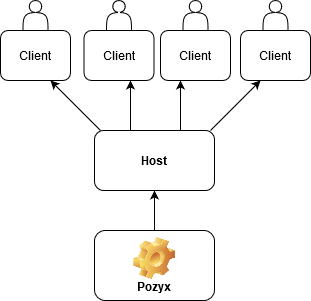
SW8-Bajs/report keeps this draw.io diagram as figures/Architecture.png. Above is the earlier version. Source tidied: cells renumbered, new cells last; positions are measured from the earlier drawing's top-left corner, leaving out a move shared by most shapes. The source it was exported from:
```xml
<mxGraphModel>
  <root>
    <mxCell id="0" />
    <mxCell id="1" parent="0" />
    <mxCell id="2" value="Pozyx" style="label;whiteSpace=wrap;html=1;align=center;verticalAlign=bottom;spacingLeft=0;spacingBottom=4;imageAlign=center;imageVerticalAlign=top;image=img/clipart/Gear_128x128.png;" parent="1" vertex="1">
      <mxGeometry x="94" y="230" width="120" height="70" as="geometry" />
    </mxCell>
    <mxCell id="3" style="endArrow=classic;html=1;" parent="1" edge="1">
      <mxGeometry relative="1" as="geometry">
        <mxPoint x="154" y="230" as="sourcePoint" />
        <mxPoint x="154" y="190" as="targetPoint" />
        <Array as="points">
          <mxPoint x="154" y="210" />
        </Array>
      </mxGeometry>
    </mxCell>
    <mxCell id="4" style="edgeStyle=orthogonalEdgeStyle;rounded=0;orthogonalLoop=1;jettySize=auto;html=1;" parent="1" edge="1">
      <mxGeometry relative="1" as="geometry">
        <mxPoint x="154" y="190" as="sourcePoint" />
        <mxPoint x="154" y="190" as="targetPoint" />
      </mxGeometry>
    </mxCell>
    <mxCell id="5" style="rounded=1;whiteSpace=wrap;html=1;" parent="1" vertex="1">
      <mxGeometry x="94" y="130" width="120" height="60" as="geometry" />
    </mxCell>
    <mxCell id="6" value="&lt;div&gt;&lt;b&gt;Host&lt;/b&gt;&lt;/div&gt;" style="text;html=1;strokeColor=none;fillColor=none;align=center;verticalAlign=middle;whiteSpace=wrap;rounded=0;" parent="1" vertex="1">
      <mxGeometry x="134" y="150" width="40" height="20" as="geometry" />
    </mxCell>
    <mxCell id="7" style="endArrow=classic;html=1;" parent="1" edge="1">
      <mxGeometry relative="1" as="geometry">
        <mxPoint x="210" y="130" as="sourcePoint" />
        <mxPoint x="260" y="80" as="targetPoint" />
      </mxGeometry>
    </mxCell>
    <mxCell id="8" style="endArrow=classic;html=1;" parent="1" edge="1">
      <mxGeometry relative="1" as="geometry">
        <mxPoint x="100" y="130" as="sourcePoint" />
        <mxPoint x="50" y="80" as="targetPoint" />
      </mxGeometry>
    </mxCell>
    <mxCell id="9" style="endArrow=classic;html=1;" parent="1" edge="1">
      <mxGeometry relative="1" as="geometry">
        <mxPoint x="130" y="130" as="sourcePoint" />
        <mxPoint x="130" y="80" as="targetPoint" />
      </mxGeometry>
    </mxCell>
    <mxCell id="10" style="endArrow=classic;html=1;" parent="1" edge="1">
      <mxGeometry relative="1" as="geometry">
        <mxPoint x="180" y="130" as="sourcePoint" />
        <mxPoint x="180" y="80" as="targetPoint" />
      </mxGeometry>
    </mxCell>
    <mxCell id="11" style="rounded=1;whiteSpace=wrap;html=1;" parent="1" vertex="1">
      <mxGeometry y="30" width="70" height="50" as="geometry" />
    </mxCell>
    <mxCell id="12" style="rounded=1;whiteSpace=wrap;html=1;" parent="1" vertex="1">
      <mxGeometry x="83.5" y="30" width="70" height="50" as="geometry" />
    </mxCell>
    <mxCell id="13" style="rounded=1;whiteSpace=wrap;html=1;" parent="1" vertex="1">
      <mxGeometry x="240" y="30" width="70" height="50" as="geometry" />
    </mxCell>
    <mxCell id="14" style="rounded=1;whiteSpace=wrap;html=1;" parent="1" vertex="1">
      <mxGeometry x="160" y="30" width="70" height="50" as="geometry" />
    </mxCell>
    <mxCell id="15" value="Client" style="text;html=1;strokeColor=none;fillColor=none;align=center;verticalAlign=middle;whiteSpace=wrap;rounded=0;" parent="1" vertex="1">
      <mxGeometry x="175" y="45" width="40" height="20" as="geometry" />
    </mxCell>
    <mxCell id="16" value="Client" style="text;html=1;strokeColor=none;fillColor=none;align=center;verticalAlign=middle;whiteSpace=wrap;rounded=0;" parent="1" vertex="1">
      <mxGeometry x="15" y="45" width="40" height="20" as="geometry" />
    </mxCell>
    <mxCell id="17" value="Client" style="text;html=1;strokeColor=none;fillColor=none;align=center;verticalAlign=middle;whiteSpace=wrap;rounded=0;" parent="1" vertex="1">
      <mxGeometry x="98.5" y="45" width="40" height="20" as="geometry" />
    </mxCell>
    <mxCell id="18" value="Client" style="text;html=1;strokeColor=none;fillColor=none;align=center;verticalAlign=middle;whiteSpace=wrap;rounded=0;" parent="1" vertex="1">
      <mxGeometry x="255" y="45" width="40" height="20" as="geometry" />
    </mxCell>
    <mxCell id="19" style="shape=actor;whiteSpace=wrap;html=1;" parent="1" vertex="1">
      <mxGeometry x="22.5" width="25" height="30" as="geometry" />
    </mxCell>
    <mxCell id="20" style="shape=actor;whiteSpace=wrap;html=1;" parent="1" vertex="1">
      <mxGeometry x="106" width="25" height="30" as="geometry" />
    </mxCell>
    <mxCell id="21" style="shape=actor;whiteSpace=wrap;html=1;" parent="1" vertex="1">
      <mxGeometry x="182.5" width="25" height="30" as="geometry" />
    </mxCell>
    <mxCell id="22" style="shape=actor;whiteSpace=wrap;html=1;" parent="1" vertex="1">
      <mxGeometry x="262.5" width="25" height="30" as="geometry" />
    </mxCell>
  </root>
</mxGraphModel>
```
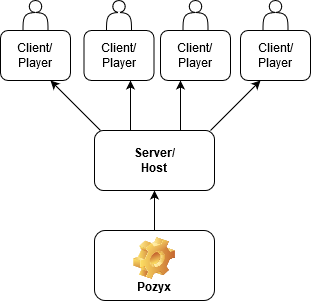
The same file after the commit.

What changed in the source:
```diff
@@ -23,7 +23,7 @@
     <mxCell id="5" style="rounded=1;whiteSpace=wrap;html=1;" parent="1" vertex="1">
       <mxGeometry x="94" y="130" width="120" height="60" as="geometry" />
     </mxCell>
-    <mxCell id="6" value="&lt;div&gt;&lt;b&gt;Host&lt;/b&gt;&lt;/div&gt;" style="text;html=1;strokeColor=none;fillColor=none;align=center;verticalAlign=middle;whiteSpace=wrap;rounded=0;" parent="1" vertex="1">
+    <mxCell id="6" value="&lt;b&gt;Server/&lt;br&gt;Host&lt;/b&gt;" style="text;html=1;strokeColor=none;fillColor=none;align=center;verticalAlign=middle;whiteSpace=wrap;rounded=0;" parent="1" vertex="1">
       <mxGeometry x="134" y="150" width="40" height="20" as="geometry" />
     </mxCell>
     <mxCell id="7" style="endArrow=classic;html=1;" parent="1" edge="1">
@@ -62,16 +62,16 @@
     <mxCell id="14" style="rounded=1;whiteSpace=wrap;html=1;" parent="1" vertex="1">
       <mxGeometry x="160" y="30" width="70" height="50" as="geometry" />
     </mxCell>
-    <mxCell id="15" value="Client" style="text;html=1;strokeColor=none;fillColor=none;align=center;verticalAlign=middle;whiteSpace=wrap;rounded=0;" parent="1" vertex="1">
+    <mxCell id="15" value="Client/&lt;br&gt;Player" style="text;html=1;strokeColor=none;fillColor=none;align=center;verticalAlign=middle;whiteSpace=wrap;rounded=0;" parent="1" vertex="1">
       <mxGeometry x="175" y="45" width="40" height="20" as="geometry" />
     </mxCell>
-    <mxCell id="16" value="Client" style="text;html=1;strokeColor=none;fillColor=none;align=center;verticalAlign=middle;whiteSpace=wrap;rounded=0;" parent="1" vertex="1">
+    <mxCell id="16" value="&lt;div&gt;Client/&lt;br&gt;Player&lt;br&gt;&lt;/div&gt;" style="text;html=1;strokeColor=none;fillColor=none;align=center;verticalAlign=middle;whiteSpace=wrap;rounded=0;" parent="1" vertex="1">
       <mxGeometry x="15" y="45" width="40" height="20" as="geometry" />
     </mxCell>
-    <mxCell id="17" value="Client" style="text;html=1;strokeColor=none;fillColor=none;align=center;verticalAlign=middle;whiteSpace=wrap;rounded=0;" parent="1" vertex="1">
+    <mxCell id="17" value="Client/&lt;br&gt;Player" style="text;html=1;strokeColor=none;fillColor=none;align=center;verticalAlign=middle;whiteSpace=wrap;rounded=0;" parent="1" vertex="1">
       <mxGeometry x="98.5" y="45" width="40" height="20" as="geometry" />
     </mxCell>
-    <mxCell id="18" value="Client" style="text;html=1;strokeColor=none;fillColor=none;align=center;verticalAlign=middle;whiteSpace=wrap;rounded=0;" parent="1" vertex="1">
+    <mxCell id="18" value="&lt;div&gt;Client/&lt;/div&gt;&lt;div&gt;Player&lt;br&gt;&lt;/div&gt;" style="text;html=1;strokeColor=none;fillColor=none;align=center;verticalAlign=middle;whiteSpace=wrap;rounded=0;" parent="1" vertex="1">
       <mxGeometry x="255" y="45" width="40" height="20" as="geometry" />
     </mxCell>
     <mxCell id="19" style="shape=actor;whiteSpace=wrap;html=1;" parent="1" vertex="1">
```
